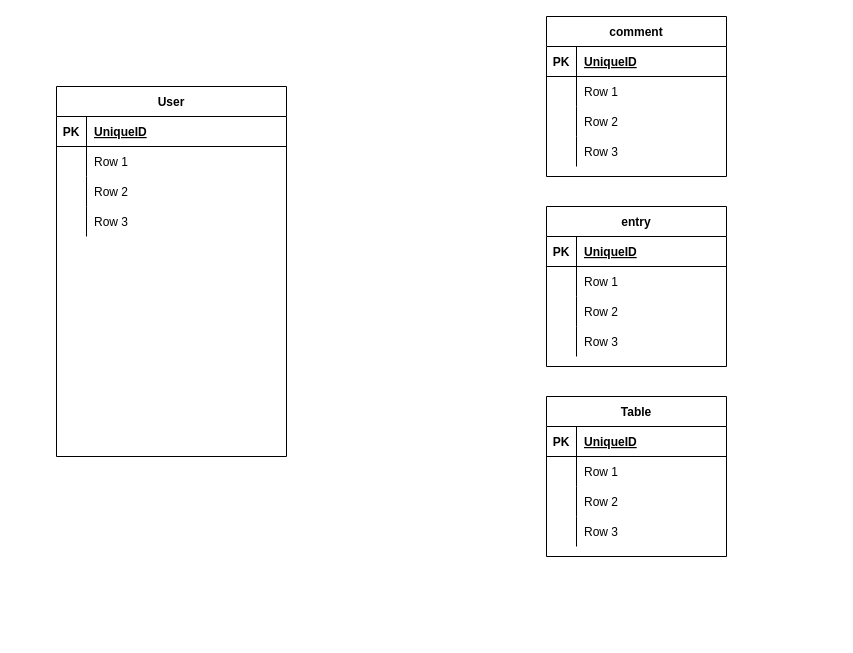
This is ERD.drawio from Moodybleu/A-Mile-In-Her-Mind, a draw.io file, before an edit. Source tidied: cells renumbered, new cells numbered last; positions are measured from the earlier drawing's top-left corner, leaving out a move shared by most shapes. Both pictures are drawn from the tidied source at 100%, with x=0, y=0 at pixel (56, 16).
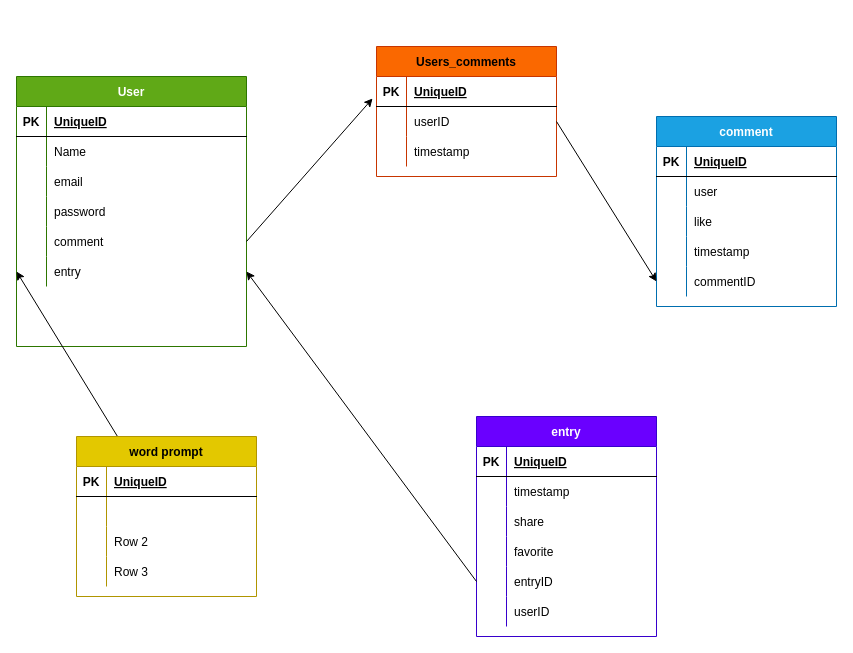
Above is the later version.

Commit message (it also covers changes not shown here):
Adds extra views for user

The change refers to these unchanged cells:
```xml
<mxCell id="6" style="shape=partialRectangle;fillColor=none;top=0;left=0;bottom=0;right=0;" parent="2" vertex="1">
  <mxGeometry y="60" width="180" height="30" as="geometry" />
</mxCell>
<mxCell id="9" style="shape=partialRectangle;fillColor=none;top=0;left=0;bottom=0;right=0;" parent="2" vertex="1">
  <mxGeometry y="90" width="180" height="30" as="geometry" />
</mxCell>
<mxCell id="19" style="shape=partialRectangle;fillColor=none;top=0;left=0;bottom=0;right=0;" parent="15" vertex="1">
  <mxGeometry y="60" width="180" height="30" as="geometry" />
</mxCell>
<mxCell id="22" style="shape=partialRectangle;fillColor=none;top=0;left=0;bottom=0;right=0;" parent="15" vertex="1">
  <mxGeometry y="90" width="180" height="30" as="geometry" />
</mxCell>
<mxCell id="25" style="shape=partialRectangle;fillColor=none;top=0;left=0;bottom=0;right=0;" parent="15" vertex="1">
  <mxGeometry y="120" width="180" height="30" as="geometry" />
</mxCell>
<mxCell id="32" style="shape=partialRectangle;fillColor=none;top=0;left=0;bottom=0;right=0;" parent="28" vertex="1">
  <mxGeometry y="60" width="230" height="30" as="geometry" />
</mxCell>
<mxCell id="35" style="shape=partialRectangle;fillColor=none;top=0;left=0;bottom=0;right=0;" parent="28" vertex="1">
  <mxGeometry y="90" width="230" height="30" as="geometry" />
</mxCell>
<mxCell id="38" style="shape=partialRectangle;fillColor=none;top=0;left=0;bottom=0;right=0;" parent="28" vertex="1">
  <mxGeometry y="120" width="230" height="30" as="geometry" />
</mxCell>
<mxCell id="45" style="shape=partialRectangle;fillColor=none;top=0;left=0;bottom=0;right=0;" parent="41" vertex="1">
  <mxGeometry y="60" width="180" height="30" as="geometry" />
</mxCell>
```

The edit, as a diff of the source:
```diff
@@
-    <mxCell id="2" value="comment" style="shape=table;startSize=30;childLayout=tableLayout;rowLines=0;fontStyle=1;align=center;swimlaneFillColor=default;" parent="1" vertex="1">
-      <mxGeometry x="490" width="180" height="160" as="geometry" />
+    <mxCell id="2" value="comment" style="shape=table;startSize=30;childLayout=tableLayout;rowLines=0;fontStyle=1;align=center;swimlaneFillColor=default;fillColor=#1ba1e2;fontColor=#ffffff;strokeColor=#006EAF;" parent="1" vertex="1">
+      <mxGeometry x="600" y="100" width="180" height="190" as="geometry" />
     </mxCell>
@@
-    <mxCell id="8" value="Row 1" style="shape=partialRectangle;fillColor=none;top=0;left=0;bottom=0;right=0;align=left;spacingLeft=6;overflow=hidden;" parent="6" vertex="1">
+    <mxCell id="8" value="user" style="shape=partialRectangle;fillColor=none;top=0;left=0;bottom=0;right=0;align=left;spacingLeft=6;overflow=hidden;" parent="6" vertex="1">
       <mxGeometry x="30" width="150" height="30" as="geometry" />
     </mxCell>
@@
-    <mxCell id="11" value="Row 2" style="shape=partialRectangle;fillColor=none;top=0;left=0;bottom=0;right=0;align=left;spacingLeft=6;overflow=hidden;" parent="9" vertex="1">
+    <mxCell id="11" value="like" style="shape=partialRectangle;fillColor=none;top=0;left=0;bottom=0;right=0;align=left;spacingLeft=6;overflow=hidden;" parent="9" vertex="1">
       <mxGeometry x="30" width="150" height="30" as="geometry" />
     </mxCell>
+    <mxCell id="54" style="shape=partialRectangle;fillColor=none;top=0;left=0;bottom=0;right=0;" parent="2" vertex="1">
+      <mxGeometry y="120" width="180" height="30" as="geometry" />
+    </mxCell>
+    <mxCell id="55" style="shape=partialRectangle;fillColor=none;top=0;left=0;bottom=0;right=0;overflow=hidden;" parent="54" vertex="1">
+      <mxGeometry width="30" height="30" as="geometry" />
+    </mxCell>
+    <mxCell id="56" value="timestamp" style="shape=partialRectangle;fillColor=none;top=0;left=0;bottom=0;right=0;align=left;spacingLeft=6;overflow=hidden;" parent="54" vertex="1">
+      <mxGeometry x="30" width="150" height="30" as="geometry" />
+    </mxCell>
     <mxCell id="12" style="shape=partialRectangle;fillColor=none;top=0;left=0;bottom=0;right=0;points=[[0,0.5],[1,0.5]];portConstraint=eastwest;" parent="2" vertex="1">
-      <mxGeometry y="120" width="180" height="30" as="geometry" />
+      <mxGeometry y="150" width="180" height="30" as="geometry" />
     </mxCell>
@@
-    <mxCell id="14" value="Row 3" style="shape=partialRectangle;fillColor=none;top=0;left=0;bottom=0;right=0;align=left;spacingLeft=6;overflow=hidden;" parent="12" vertex="1">
+    <mxCell id="14" value="commentID" style="shape=partialRectangle;fillColor=none;top=0;left=0;bottom=0;right=0;align=left;spacingLeft=6;overflow=hidden;" parent="12" vertex="1">
       <mxGeometry x="30" width="150" height="30" as="geometry" />
     </mxCell>
-    <mxCell id="15" value="entry" style="shape=table;startSize=30;childLayout=tableLayout;rowLines=0;fontStyle=1;align=center;swimlaneFillColor=default;" parent="1" vertex="1">
-      <mxGeometry x="490" y="190" width="180" height="160" as="geometry" />
+    <mxCell id="15" value="entry" style="shape=table;startSize=30;childLayout=tableLayout;rowLines=0;fontStyle=1;align=center;swimlaneFillColor=default;fillColor=#6a00ff;fontColor=#ffffff;strokeColor=#3700CC;" parent="1" vertex="1">
+      <mxGeometry x="420" y="400" width="180" height="220" as="geometry" />
     </mxCell>
@@
-    <mxCell id="21" value="Row 1" style="shape=partialRectangle;fillColor=none;top=0;left=0;bottom=0;right=0;align=left;spacingLeft=6;overflow=hidden;" parent="19" vertex="1">
+    <mxCell id="21" value="timestamp" style="shape=partialRectangle;fillColor=none;top=0;left=0;bottom=0;right=0;align=left;spacingLeft=6;overflow=hidden;" parent="19" vertex="1">
       <mxGeometry x="30" width="150" height="30" as="geometry" />
     </mxCell>
@@
-    <mxCell id="24" value="Row 2" style="shape=partialRectangle;fillColor=none;top=0;left=0;bottom=0;right=0;align=left;spacingLeft=6;overflow=hidden;" parent="22" vertex="1">
+    <mxCell id="24" value="share" style="shape=partialRectangle;fillColor=none;top=0;left=0;bottom=0;right=0;align=left;spacingLeft=6;overflow=hidden;" parent="22" vertex="1">
       <mxGeometry x="30" width="150" height="30" as="geometry" />
     </mxCell>
@@
-    <mxCell id="27" value="Row 3" style="shape=partialRectangle;fillColor=none;top=0;left=0;bottom=0;right=0;align=left;spacingLeft=6;overflow=hidden;" parent="25" vertex="1">
+    <mxCell id="27" value="favorite" style="shape=partialRectangle;fillColor=none;top=0;left=0;bottom=0;right=0;align=left;spacingLeft=6;overflow=hidden;" parent="25" vertex="1">
       <mxGeometry x="30" width="150" height="30" as="geometry" />
     </mxCell>
+    <mxCell id="57" style="shape=partialRectangle;fillColor=none;top=0;left=0;bottom=0;right=0;points=[[0,0.5],[1,0.5]];portConstraint=eastwest;" parent="15" vertex="1">
+      <mxGeometry y="150" width="180" height="30" as="geometry" />
+    </mxCell>
+    <mxCell id="58" style="shape=partialRectangle;fillColor=none;top=0;left=0;bottom=0;right=0;overflow=hidden;" parent="57" vertex="1">
+      <mxGeometry width="30" height="30" as="geometry" />
+    </mxCell>
+    <mxCell id="59" value="entryID" style="shape=partialRectangle;fillColor=none;top=0;left=0;bottom=0;right=0;align=left;spacingLeft=6;overflow=hidden;" parent="57" vertex="1">
+      <mxGeometry x="30" width="150" height="30" as="geometry" />
+    </mxCell>
+    <mxCell id="60" style="shape=partialRectangle;fillColor=none;top=0;left=0;bottom=0;right=0;" parent="15" vertex="1">
+      <mxGeometry y="180" width="180" height="30" as="geometry" />
+    </mxCell>
+    <mxCell id="61" style="shape=partialRectangle;fillColor=none;top=0;left=0;bottom=0;right=0;overflow=hidden;" parent="60" vertex="1">
+      <mxGeometry width="30" height="30" as="geometry" />
+    </mxCell>
+    <mxCell id="62" value="userID" style="shape=partialRectangle;fillColor=none;top=0;left=0;bottom=0;right=0;align=left;spacingLeft=6;overflow=hidden;" parent="60" vertex="1">
+      <mxGeometry x="30" width="150" height="30" as="geometry" />
+    </mxCell>
-    <mxCell id="28" value="User" style="shape=table;startSize=30;childLayout=tableLayout;rowLines=0;fontStyle=1;align=center;swimlaneFillColor=default;" parent="1" vertex="1">
-      <mxGeometry y="70" width="230" height="370" as="geometry" />
+    <mxCell id="28" value="User" style="shape=table;startSize=30;childLayout=tableLayout;rowLines=0;fontStyle=1;align=center;swimlaneFillColor=default;fillColor=#60a917;fontColor=#ffffff;strokeColor=#2D7600;" parent="1" vertex="1">
+      <mxGeometry x="-40" y="60" width="230" height="270" as="geometry" />
     </mxCell>
@@
-    <mxCell id="34" value="Row 1" style="shape=partialRectangle;fillColor=none;top=0;left=0;bottom=0;right=0;align=left;spacingLeft=6;overflow=hidden;" parent="32" vertex="1">
+    <mxCell id="34" value="Name" style="shape=partialRectangle;fillColor=none;top=0;left=0;bottom=0;right=0;align=left;spacingLeft=6;overflow=hidden;" parent="32" vertex="1">
       <mxGeometry x="30" width="200" height="30" as="geometry" />
     </mxCell>
@@
-    <mxCell id="37" value="Row 2" style="shape=partialRectangle;fillColor=none;top=0;left=0;bottom=0;right=0;align=left;spacingLeft=6;overflow=hidden;" parent="35" vertex="1">
+    <mxCell id="37" value="email" style="shape=partialRectangle;fillColor=none;top=0;left=0;bottom=0;right=0;align=left;spacingLeft=6;overflow=hidden;" parent="35" vertex="1">
       <mxGeometry x="30" width="200" height="30" as="geometry" />
     </mxCell>
@@
-    <mxCell id="40" value="Row 3" style="shape=partialRectangle;fillColor=none;top=0;left=0;bottom=0;right=0;align=left;spacingLeft=6;overflow=hidden;" parent="38" vertex="1">
+    <mxCell id="40" value="password" style="shape=partialRectangle;fillColor=none;top=0;left=0;bottom=0;right=0;align=left;spacingLeft=6;overflow=hidden;" parent="38" vertex="1">
       <mxGeometry x="30" width="200" height="30" as="geometry" />
     </mxCell>
+    <mxCell id="63" style="shape=partialRectangle;fillColor=none;top=0;left=0;bottom=0;right=0;points=[[0,0.5],[1,0.5]];portConstraint=eastwest;" parent="28" vertex="1">
+      <mxGeometry y="150" width="230" height="30" as="geometry" />
+    </mxCell>
+    <mxCell id="64" style="shape=partialRectangle;fillColor=none;top=0;left=0;bottom=0;right=0;overflow=hidden;" parent="63" vertex="1">
+      <mxGeometry width="30" height="30" as="geometry" />
+    </mxCell>
+    <mxCell id="65" value="comment" style="shape=partialRectangle;fillColor=none;top=0;left=0;bottom=0;right=0;align=left;spacingLeft=6;overflow=hidden;" parent="63" vertex="1">
+      <mxGeometry x="30" width="200" height="30" as="geometry" />
+    </mxCell>
+    <mxCell id="66" style="shape=partialRectangle;fillColor=none;top=0;left=0;bottom=0;right=0;points=[[0,0.5],[1,0.5]];portConstraint=eastwest;" parent="28" vertex="1">
+      <mxGeometry y="180" width="230" height="30" as="geometry" />
+    </mxCell>
+    <mxCell id="67" style="shape=partialRectangle;fillColor=none;top=0;left=0;bottom=0;right=0;overflow=hidden;" parent="66" vertex="1">
+      <mxGeometry width="30" height="30" as="geometry" />
+    </mxCell>
+    <mxCell id="68" value="entry" style="shape=partialRectangle;fillColor=none;top=0;left=0;bottom=0;right=0;align=left;spacingLeft=6;overflow=hidden;" parent="66" vertex="1">
+      <mxGeometry x="30" width="200" height="30" as="geometry" />
+    </mxCell>
+    <mxCell id="69" style="edgeStyle=none;html=1;entryX=0;entryY=0.5;entryDx=0;entryDy=0;" parent="1" edge="1" source="41" target="66">
+      <mxGeometry relative="1" as="geometry" />
+    </mxCell>
-    <mxCell id="41" value="Table" style="shape=table;startSize=30;childLayout=tableLayout;rowLines=0;fontStyle=1;align=center;swimlaneFillColor=default;" parent="1" vertex="1">
-      <mxGeometry x="490" y="380" width="180" height="160" as="geometry" />
+    <mxCell id="41" value="word prompt" style="shape=table;startSize=30;childLayout=tableLayout;rowLines=0;fontStyle=1;align=center;swimlaneFillColor=default;fillColor=#e3c800;fontColor=#000000;strokeColor=#B09500;" parent="1" vertex="1">
+      <mxGeometry x="20" y="420" width="180" height="160" as="geometry" />
     </mxCell>
@@
-    <mxCell id="47" value="Row 1" style="shape=partialRectangle;fillColor=none;top=0;left=0;bottom=0;right=0;align=left;spacingLeft=6;overflow=hidden;" parent="45" vertex="1">
+    <mxCell id="47" style="shape=partialRectangle;fillColor=none;top=0;left=0;bottom=0;right=0;align=left;spacingLeft=6;overflow=hidden;" parent="45" vertex="1">
       <mxGeometry x="30" width="150" height="30" as="geometry" />
     </mxCell>
@@
+    <mxCell id="70" value="Users_comments" style="shape=table;startSize=30;childLayout=tableLayout;rowLines=0;fontStyle=1;align=center;fillColor=#fa6800;fontColor=#000000;strokeColor=#C73500;swimlaneFillColor=default;" parent="1" vertex="1">
+      <mxGeometry x="320" y="30" width="180" height="130" as="geometry" />
+    </mxCell>
+    <mxCell id="71" style="shape=partialRectangle;fillColor=none;top=0;left=0;bottom=1;right=0;points=[[0,0.5],[1,0.5]];portConstraint=eastwest;" parent="70" vertex="1">
+      <mxGeometry y="30" width="180" height="30" as="geometry" />
+    </mxCell>
+    <mxCell id="72" value="PK" style="shape=partialRectangle;fillColor=none;top=0;left=0;bottom=0;right=0;fontStyle=1;overflow=hidden;" parent="71" vertex="1">
+      <mxGeometry width="30" height="30" as="geometry" />
+    </mxCell>
+    <mxCell id="73" value="UniqueID" style="shape=partialRectangle;fillColor=none;top=0;left=0;bottom=0;right=0;align=left;spacingLeft=6;fontStyle=5;overflow=hidden;" parent="71" vertex="1">
+      <mxGeometry x="30" width="150" height="30" as="geometry" />
+    </mxCell>
+    <mxCell id="74" style="shape=partialRectangle;fillColor=none;top=0;left=0;bottom=0;right=0;points=[[0,0.5],[1,0.5]];portConstraint=eastwest;" parent="70" vertex="1">
+      <mxGeometry y="60" width="180" height="30" as="geometry" />
+    </mxCell>
+    <mxCell id="75" style="shape=partialRectangle;fillColor=none;top=0;left=0;bottom=0;right=0;overflow=hidden;" parent="74" vertex="1">
+      <mxGeometry width="30" height="30" as="geometry" />
+    </mxCell>
+    <mxCell id="76" value="userID" style="shape=partialRectangle;fillColor=none;top=0;left=0;bottom=0;right=0;align=left;spacingLeft=6;overflow=hidden;" parent="74" vertex="1">
+      <mxGeometry x="30" width="150" height="30" as="geometry" />
+    </mxCell>
+    <mxCell id="77" style="shape=partialRectangle;fillColor=none;top=0;left=0;bottom=0;right=0;" parent="70" vertex="1">
+      <mxGeometry y="90" width="180" height="30" as="geometry" />
+    </mxCell>
+    <mxCell id="78" style="shape=partialRectangle;fillColor=none;top=0;left=0;bottom=0;right=0;overflow=hidden;" parent="77" vertex="1">
+      <mxGeometry width="30" height="30" as="geometry" />
+    </mxCell>
+    <mxCell id="79" value="timestamp" style="shape=partialRectangle;fillColor=none;top=0;left=0;bottom=0;right=0;align=left;spacingLeft=6;overflow=hidden;" parent="77" vertex="1">
+      <mxGeometry x="30" width="150" height="30" as="geometry" />
+    </mxCell>
+    <mxCell id="80" style="edgeStyle=none;html=1;exitX=1;exitY=0.5;exitDx=0;exitDy=0;entryX=-0.022;entryY=0.733;entryDx=0;entryDy=0;entryPerimeter=0;" parent="1" edge="1" source="63" target="71">
+      <mxGeometry relative="1" as="geometry" />
+    </mxCell>
+    <mxCell id="81" style="edgeStyle=none;html=1;entryX=0;entryY=0.5;entryDx=0;entryDy=0;exitX=1;exitY=0.5;exitDx=0;exitDy=0;" parent="1" edge="1" source="74" target="12">
+      <mxGeometry relative="1" as="geometry" />
+    </mxCell>
+    <mxCell id="82" style="edgeStyle=none;html=1;entryX=1;entryY=0.5;entryDx=0;entryDy=0;exitX=0;exitY=0.5;exitDx=0;exitDy=0;" parent="1" edge="1" source="57" target="66">
+      <mxGeometry relative="1" as="geometry" />
+    </mxCell>
```
